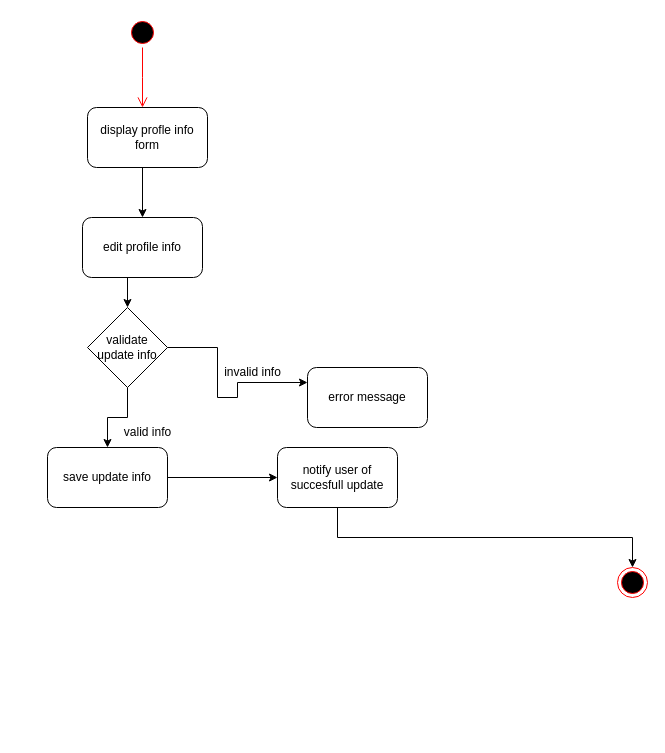
Before: 1.drawio in istewakhassantewak/Java-project-OOD, a draw.io diagram. Source tidied: cells renumbered, new cells numbered last; positions are measured from the earlier drawing's top-left corner, leaving out a move shared by most shapes. Both pictures are drawn from the tidied source at 100%, with x=0, y=0 at pixel (47, 17).
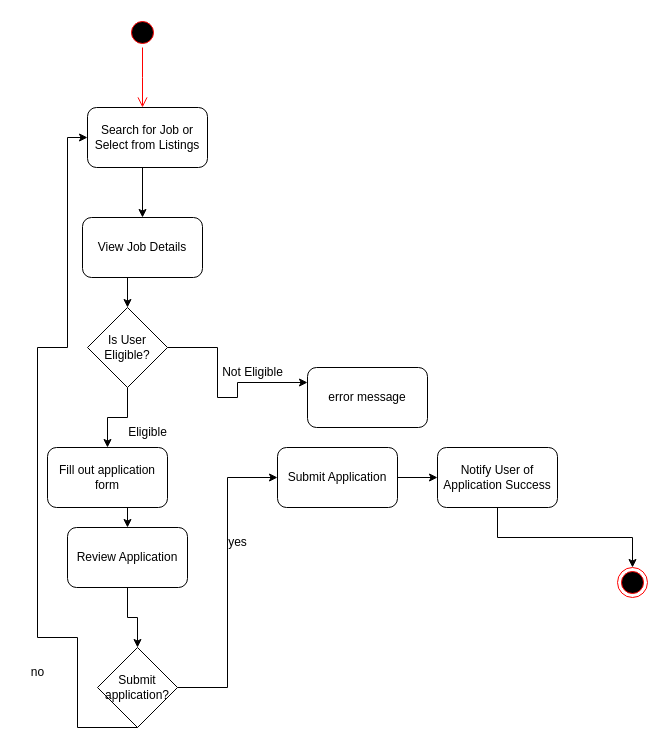
The same page after the edit.

The change refers to these unchanged cells:
```xml
<mxCell id="8" style="ellipse;html=1;shape=endState;fillColor=#000000;strokeColor=#ff0000;" parent="1" vertex="1">
  <mxGeometry x="570" y="550" width="30" height="30" as="geometry" />
</mxCell>
```

What changed in the source:
```diff
@@
-    <mxCell id="4" value="display profle info form" style="rounded=1;whiteSpace=wrap;html=1;" parent="1" vertex="1">
+    <mxCell id="4" value="&lt;span class=&quot;hljs-string&quot;&gt;Search&lt;/span&gt; &lt;span class=&quot;hljs-string&quot;&gt;for&lt;/span&gt; &lt;span class=&quot;hljs-string&quot;&gt;Job&lt;/span&gt; &lt;span class=&quot;hljs-string&quot;&gt;or&lt;/span&gt; &lt;span class=&quot;hljs-string&quot;&gt;Select&lt;/span&gt; &lt;span class=&quot;hljs-string&quot;&gt;from&lt;/span&gt; &lt;span class=&quot;hljs-string&quot;&gt;Listings&lt;/span&gt;" style="rounded=1;whiteSpace=wrap;html=1;" parent="1" vertex="1">
       <mxGeometry x="40" y="90" width="120" height="60" as="geometry" />
     </mxCell>
@@
-    <mxCell id="6" value="edit profile info" style="rounded=1;whiteSpace=wrap;html=1;" parent="1" vertex="1">
+    <mxCell id="6" value="&lt;span class=&quot;hljs-string&quot;&gt;View&lt;/span&gt; &lt;span class=&quot;hljs-string&quot;&gt;Job&lt;/span&gt; &lt;span class=&quot;hljs-string&quot;&gt;Details&lt;/span&gt;" style="rounded=1;whiteSpace=wrap;html=1;" parent="1" vertex="1">
       <mxGeometry x="35" y="200" width="120" height="60" as="geometry" />
     </mxCell>
@@
-    <mxCell id="11" value="validate update info" style="rhombus;whiteSpace=wrap;html=1;" parent="1" vertex="1">
+    <mxCell id="11" value="&lt;span class=&quot;hljs-string&quot;&gt;Is&lt;/span&gt; &lt;span class=&quot;hljs-string&quot;&gt;User&lt;/span&gt; &lt;span class=&quot;hljs-string&quot;&gt;Eligible?&lt;/span&gt;" style="rhombus;whiteSpace=wrap;html=1;" parent="1" vertex="1">
       <mxGeometry x="40" y="290" width="80" height="80" as="geometry" />
     </mxCell>
-    <mxCell id="12" style="edgeStyle=orthogonalEdgeStyle;rounded=0;jettySize=auto;html=1;exitX=1;exitY=0.5;exitDx=0;exitDy=0;entryX=0;entryY=0.5;entryDx=0;entryDy=0;" parent="1" edge="1" source="13" target="15">
-      <mxGeometry relative="1" as="geometry" />
-    </mxCell>
+    <mxCell id="19" style="edgeStyle=orthogonalEdgeStyle;rounded=0;jettySize=auto;html=1;exitX=0.5;exitY=1;exitDx=0;exitDy=0;entryX=0.5;entryY=0;entryDx=0;entryDy=0;" parent="1" edge="1" source="13" target="28">
+      <mxGeometry relative="1" as="geometry" />
+    </mxCell>
-    <mxCell id="13" value="save update info" style="rounded=1;whiteSpace=wrap;html=1;" parent="1" vertex="1">
+    <mxCell id="13" value="Fill out application form" style="rounded=1;whiteSpace=wrap;html=1;" parent="1" vertex="1">
       <mxGeometry y="430" width="120" height="60" as="geometry" />
     </mxCell>
-    <mxCell id="14" style="edgeStyle=orthogonalEdgeStyle;rounded=0;jettySize=auto;html=1;exitX=0.5;exitY=1;exitDx=0;exitDy=0;entryX=0.5;entryY=0;entryDx=0;entryDy=0;" parent="1" edge="1" source="15" target="8">
+    <mxCell id="14" style="edgeStyle=orthogonalEdgeStyle;rounded=0;jettySize=auto;html=1;exitX=0.5;exitY=1;exitDx=0;exitDy=0;entryX=0.5;entryY=0;entryDx=0;entryDy=0;" parent="1" edge="1" source="24" target="8">
       <mxGeometry relative="1" as="geometry" />
     </mxCell>
+    <mxCell id="20" style="edgeStyle=orthogonalEdgeStyle;rounded=0;jettySize=auto;html=1;exitX=1;exitY=0.5;exitDx=0;exitDy=0;entryX=0;entryY=0.5;entryDx=0;entryDy=0;" parent="1" edge="1" source="15" target="24">
+      <mxGeometry relative="1" as="geometry" />
+    </mxCell>
-    <mxCell id="15" value="notify user of succesfull update" style="rounded=1;whiteSpace=wrap;html=1;" parent="1" vertex="1">
+    <mxCell id="15" value="&lt;span class=&quot;hljs-string&quot;&gt;Submit&lt;/span&gt; &lt;span class=&quot;hljs-string&quot;&gt;Application&lt;/span&gt;" style="rounded=1;whiteSpace=wrap;html=1;" parent="1" vertex="1">
       <mxGeometry x="230" y="430" width="120" height="60" as="geometry" />
     </mxCell>
@@
-    <mxCell id="17" value="valid info" style="text;html=1;align=center;verticalAlign=middle;strokeColor=none;fillColor=none;" parent="1" vertex="1">
-      <mxGeometry x="65" y="400" width="70" height="30" as="geometry" />
+    <mxCell id="17" value="&lt;span class=&quot;hljs-string&quot;&gt;Eligible&lt;/span&gt;" style="text;html=1;align=center;verticalAlign=middle;strokeColor=none;fillColor=none;" parent="1" vertex="1">
+      <mxGeometry x="70" y="400" width="60" height="30" as="geometry" />
     </mxCell>
-    <mxCell id="18" value="invalid info" style="text;html=1;align=center;verticalAlign=middle;strokeColor=none;fillColor=none;" parent="1" vertex="1">
-      <mxGeometry x="165" y="340" width="80" height="30" as="geometry" />
+    <mxCell id="18" value="&lt;span class=&quot;hljs-string&quot;&gt;Not&lt;/span&gt; &lt;span class=&quot;hljs-string&quot;&gt;Eligible&lt;/span&gt;" style="text;html=1;align=center;verticalAlign=middle;strokeColor=none;fillColor=none;" parent="1" vertex="1">
+      <mxGeometry x="160" y="340" width="90" height="30" as="geometry" />
     </mxCell>
+    <mxCell id="21" style="edgeStyle=orthogonalEdgeStyle;rounded=0;jettySize=auto;html=1;exitX=1;exitY=0.5;exitDx=0;exitDy=0;entryX=0;entryY=0.5;entryDx=0;entryDy=0;" parent="1" edge="1" source="23" target="15">
+      <mxGeometry relative="1" as="geometry" />
+    </mxCell>
+    <mxCell id="22" style="edgeStyle=orthogonalEdgeStyle;rounded=0;jettySize=auto;html=1;exitX=0.5;exitY=1;exitDx=0;exitDy=0;entryX=0;entryY=0.5;entryDx=0;entryDy=0;" parent="1" edge="1" source="23" target="4">
+      <mxGeometry relative="1" as="geometry">
+        <Array as="points">
+          <mxPoint x="30" y="710" />
+          <mxPoint x="30" y="620" />
+          <mxPoint x="-10" y="620" />
+          <mxPoint x="-10" y="330" />
+          <mxPoint x="20" y="330" />
+          <mxPoint x="20" y="120" />
+        </Array>
+      </mxGeometry>
+    </mxCell>
+    <mxCell id="23" value="Submit application?" style="rhombus;whiteSpace=wrap;html=1;" parent="1" vertex="1">
+      <mxGeometry x="50" y="630" width="80" height="80" as="geometry" />
+    </mxCell>
+    <mxCell id="24" value="&lt;span class=&quot;hljs-string&quot;&gt;Notify&lt;/span&gt; &lt;span class=&quot;hljs-string&quot;&gt;User&lt;/span&gt; &lt;span class=&quot;hljs-string&quot;&gt;of&lt;/span&gt; &lt;span class=&quot;hljs-string&quot;&gt;Application&lt;/span&gt; &lt;span class=&quot;hljs-string&quot;&gt;Success&lt;/span&gt;" style="rounded=1;whiteSpace=wrap;html=1;" parent="1" vertex="1">
+      <mxGeometry x="390" y="430" width="120" height="60" as="geometry" />
+    </mxCell>
+    <mxCell id="25" value="no" style="text;html=1;align=center;verticalAlign=middle;strokeColor=none;fillColor=none;" parent="1" vertex="1">
+      <mxGeometry x="-30" y="640" width="40" height="30" as="geometry" />
+    </mxCell>
+    <mxCell id="26" value="yes" style="text;html=1;align=center;verticalAlign=middle;strokeColor=none;fillColor=none;" parent="1" vertex="1">
+      <mxGeometry x="170" y="510" width="40" height="30" as="geometry" />
+    </mxCell>
+    <mxCell id="27" style="edgeStyle=orthogonalEdgeStyle;rounded=0;jettySize=auto;html=1;exitX=0.5;exitY=1;exitDx=0;exitDy=0;entryX=0.5;entryY=0;entryDx=0;entryDy=0;" parent="1" edge="1" source="28" target="23">
+      <mxGeometry relative="1" as="geometry" />
+    </mxCell>
+    <mxCell id="28" value="&lt;span class=&quot;hljs-string&quot;&gt;Review&lt;/span&gt; &lt;span class=&quot;hljs-string&quot;&gt;Application&lt;/span&gt;" style="rounded=1;whiteSpace=wrap;html=1;" parent="1" vertex="1">
+      <mxGeometry x="20" y="510" width="120" height="60" as="geometry" />
+    </mxCell>
```
